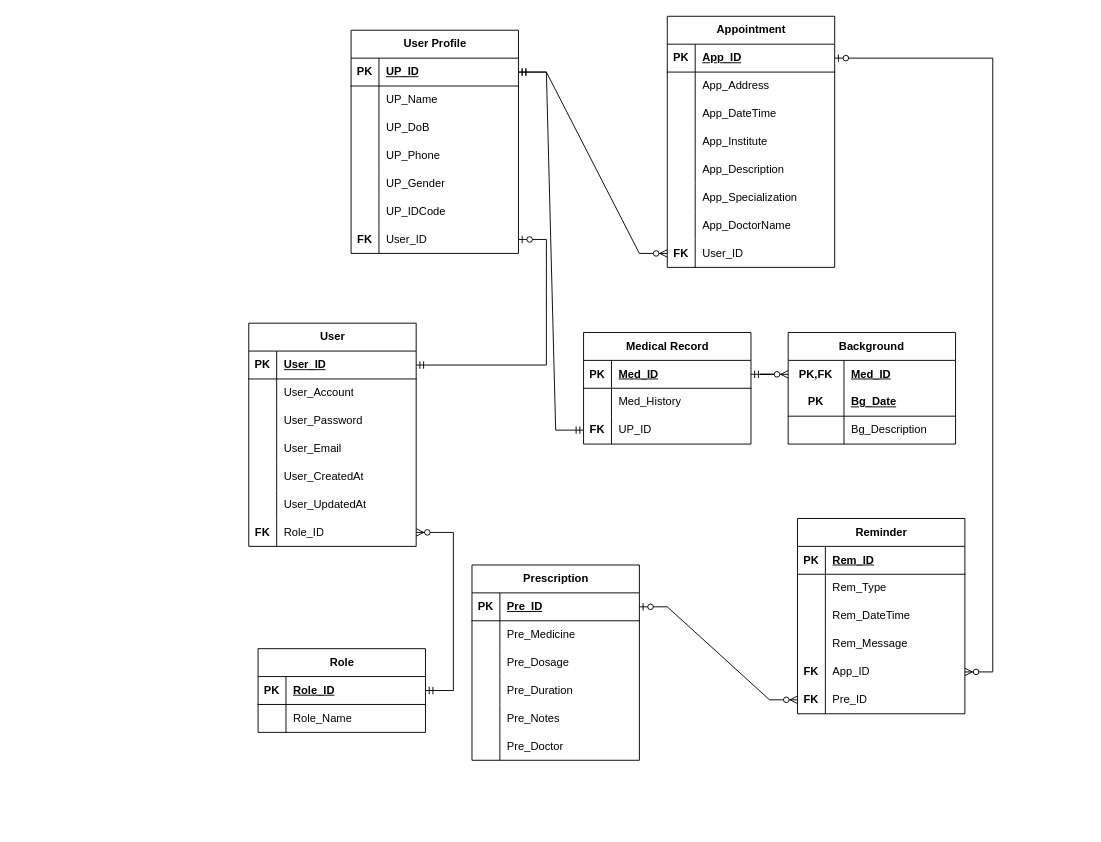
This is 03.Design/a. ERD-Database Diagram/MediTrackERD.drawio from transyhoang28081999/Meditrack_v01, a draw.io file, before an edit. Source tidied: cells renumbered, new cells numbered last; positions are measured from the earlier drawing's top-left corner, leaving out a move shared by most shapes. Both pictures are drawn from the tidied source at 93%, with x=0, y=0 at pixel (248, 16).
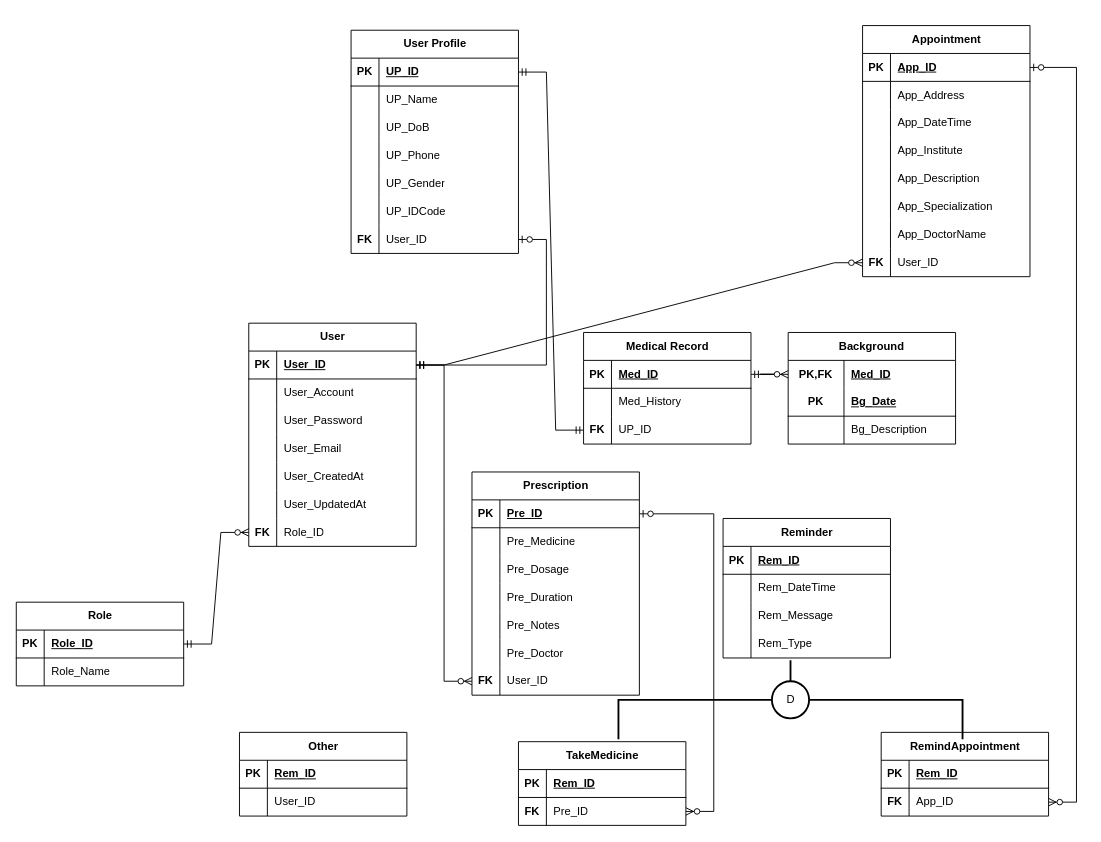
The same diagram, later.

The change refers to these unchanged cells:
```xml
<mxCell id="3" style="shape=tableRow;horizontal=0;startSize=0;swimlaneHead=0;swimlaneBody=0;fillColor=none;points=[[0,0.5],[1,0.5]];portConstraint=eastwest;top=0;left=0;right=0;bottom=1;" parent="2" vertex="1">
  <mxGeometry y="30" width="180" height="30" as="geometry" />
</mxCell>
<mxCell id="25" style="shape=tableRow;horizontal=0;startSize=0;swimlaneHead=0;swimlaneBody=0;fillColor=none;points=[[0,0.5],[1,0.5]];portConstraint=eastwest;top=0;left=0;right=0;bottom=1;" parent="24" vertex="1">
  <mxGeometry y="30" width="180" height="30" as="geometry" />
</mxCell>
<mxCell id="46" style="shape=tableRow;horizontal=0;startSize=0;swimlaneHead=0;swimlaneBody=0;fillColor=none;points=[[0,0.5],[1,0.5]];portConstraint=eastwest;top=0;left=0;right=0;bottom=0;" parent="24" vertex="1">
  <mxGeometry y="240" width="180" height="30" as="geometry" />
</mxCell>
<mxCell id="50" style="shape=tableRow;horizontal=0;startSize=0;swimlaneHead=0;swimlaneBody=0;fillColor=none;points=[[0,0.5],[1,0.5]];portConstraint=eastwest;top=0;left=0;right=0;bottom=1;" parent="49" vertex="1">
  <mxGeometry y="30" width="180" height="30" as="geometry" />
</mxCell>
<mxCell id="110" style="shape=tableRow;horizontal=0;startSize=0;swimlaneHead=0;swimlaneBody=0;fillColor=none;points=[[0,0.5],[1,0.5]];portConstraint=eastwest;top=0;left=0;right=0;bottom=1;" parent="109" vertex="1">
  <mxGeometry y="30" width="180" height="30" as="geometry" />
</mxCell>
```

Change to the diagram source:
```diff
@@
     <mxCell id="24" value="Appointment" style="shape=table;startSize=30;childLayout=tableLayout;rowLines=0;fontStyle=1;align=center;html=1;" parent="1" vertex="1">
-      <mxGeometry x="450" width="180" height="270" as="geometry" />
+      <mxGeometry x="660" y="10" width="180" height="270" as="geometry" />
     </mxCell>
@@
     <mxCell id="49" value="Prescription" style="shape=table;startSize=30;childLayout=tableLayout;rowLines=0;fontStyle=1;align=center;html=1;" parent="1" vertex="1">
-      <mxGeometry x="240" y="590" width="180" height="210" as="geometry" />
+      <mxGeometry x="240" y="490" width="180" height="240" as="geometry" />
     </mxCell>
@@
+    <mxCell id="143" style="shape=tableRow;horizontal=0;startSize=0;swimlaneHead=0;swimlaneBody=0;fillColor=none;points=[[0,0.5],[1,0.5]];portConstraint=eastwest;top=0;left=0;right=0;bottom=0;" parent="49" vertex="1">
+      <mxGeometry y="210" width="180" height="30" as="geometry" />
+    </mxCell>
+    <mxCell id="144" value="&lt;b&gt;FK&lt;/b&gt;" style="shape=partialRectangle;fillColor=none;top=0;left=0;bottom=0;right=0;overflow=hidden;whiteSpace=wrap;html=1;" parent="143" vertex="1">
+      <mxGeometry width="30" height="30" as="geometry" />
+    </mxCell>
+    <mxCell id="145" value="User_ID" style="shape=partialRectangle;fillColor=none;top=0;left=0;bottom=0;right=0;align=left;spacingLeft=6;overflow=hidden;whiteSpace=wrap;html=1;" parent="143" vertex="1">
+      <mxGeometry x="30" width="150" height="30" as="geometry" />
+    </mxCell>
@@
     <mxCell id="78" value="Reminder" style="shape=table;startSize=30;childLayout=tableLayout;rowLines=0;fontStyle=1;align=center;html=1;" parent="1" vertex="1">
-      <mxGeometry x="590" y="540" width="180" height="210" as="geometry" />
+      <mxGeometry x="510" y="540" width="180" height="150" as="geometry" />
     </mxCell>
@@
-    <mxCell id="82" style="shape=tableRow;horizontal=0;startSize=0;swimlaneHead=0;swimlaneBody=0;fillColor=none;top=0;left=0;right=0;bottom=0;" parent="78" vertex="1">
-      <mxGeometry y="60" width="180" height="30" as="geometry" />
-    </mxCell>
-    <mxCell id="83" style="shape=partialRectangle;fillColor=none;top=0;left=0;bottom=0;right=0;overflow=hidden;whiteSpace=wrap;html=1;" parent="82" vertex="1">
-      <mxGeometry width="30" height="30" as="geometry" />
-    </mxCell>
-    <mxCell id="84" value="Rem_Type" style="shape=partialRectangle;fillColor=none;top=0;left=0;bottom=0;right=0;align=left;spacingLeft=6;overflow=hidden;whiteSpace=wrap;html=1;" parent="82" vertex="1">
-      <mxGeometry x="30" width="150" height="30" as="geometry" />
-    </mxCell>
     <mxCell id="85" style="shape=tableRow;horizontal=0;startSize=0;swimlaneHead=0;swimlaneBody=0;fillColor=none;top=0;left=0;right=0;bottom=0;" parent="78" vertex="1">
-      <mxGeometry y="90" width="180" height="30" as="geometry" />
+      <mxGeometry y="60" width="180" height="30" as="geometry" />
     </mxCell>
@@
     <mxCell id="88" style="shape=tableRow;horizontal=0;startSize=0;swimlaneHead=0;swimlaneBody=0;fillColor=none;top=0;left=0;right=0;bottom=0;" parent="78" vertex="1">
-      <mxGeometry y="120" width="180" height="30" as="geometry" />
+      <mxGeometry y="90" width="180" height="30" as="geometry" />
     </mxCell>
@@
-    <mxCell id="91" style="shape=tableRow;horizontal=0;startSize=0;swimlaneHead=0;swimlaneBody=0;fillColor=none;points=[[0,0.5],[1,0.5]];portConstraint=eastwest;top=0;left=0;right=0;bottom=0;" parent="78" vertex="1">
-      <mxGeometry y="150" width="180" height="30" as="geometry" />
-    </mxCell>
-    <mxCell id="92" value="&lt;b&gt;FK&lt;/b&gt;" style="shape=partialRectangle;fillColor=none;top=0;left=0;bottom=0;right=0;overflow=hidden;whiteSpace=wrap;html=1;" parent="91" vertex="1">
-      <mxGeometry width="30" height="30" as="geometry" />
-    </mxCell>
-    <mxCell id="93" value="App_ID" style="shape=partialRectangle;fillColor=none;top=0;left=0;bottom=0;right=0;align=left;spacingLeft=6;overflow=hidden;whiteSpace=wrap;html=1;" parent="91" vertex="1">
-      <mxGeometry x="30" width="150" height="30" as="geometry" />
-    </mxCell>
-    <mxCell id="94" style="shape=tableRow;horizontal=0;startSize=0;swimlaneHead=0;swimlaneBody=0;fillColor=none;points=[[0,0.5],[1,0.5]];portConstraint=eastwest;top=0;left=0;right=0;bottom=0;" parent="78" vertex="1">
-      <mxGeometry y="180" width="180" height="30" as="geometry" />
-    </mxCell>
-    <mxCell id="95" value="&lt;b&gt;FK&lt;/b&gt;" style="shape=partialRectangle;fillColor=none;top=0;left=0;bottom=0;right=0;overflow=hidden;whiteSpace=wrap;html=1;" parent="94" vertex="1">
-      <mxGeometry width="30" height="30" as="geometry" />
-    </mxCell>
-    <mxCell id="96" value="Pre_ID" style="shape=partialRectangle;fillColor=none;top=0;left=0;bottom=0;right=0;align=left;spacingLeft=6;overflow=hidden;whiteSpace=wrap;html=1;" parent="94" vertex="1">
-      <mxGeometry x="30" width="150" height="30" as="geometry" />
-    </mxCell>
-    <mxCell id="97" style="edgeStyle=entityRelationEdgeStyle;fontSize=12;html=1;endArrow=ERzeroToMany;startArrow=ERmandOne;rounded=0;" parent="1" edge="1" source="3" target="46">
-      <mxGeometry relative="1" as="geometry" />
-    </mxCell>
+    <mxCell id="82" style="shape=tableRow;horizontal=0;startSize=0;swimlaneHead=0;swimlaneBody=0;fillColor=none;top=0;left=0;right=0;bottom=0;" parent="78" vertex="1">
+      <mxGeometry y="120" width="180" height="30" as="geometry" />
+    </mxCell>
+    <mxCell id="83" style="shape=partialRectangle;fillColor=none;top=0;left=0;bottom=0;right=0;overflow=hidden;whiteSpace=wrap;html=1;" parent="82" vertex="1">
+      <mxGeometry width="30" height="30" as="geometry" />
+    </mxCell>
+    <mxCell id="84" value="Rem_Type" style="shape=partialRectangle;fillColor=none;top=0;left=0;bottom=0;right=0;align=left;spacingLeft=6;overflow=hidden;whiteSpace=wrap;html=1;" parent="82" vertex="1">
+      <mxGeometry x="30" width="150" height="30" as="geometry" />
+    </mxCell>
-    <mxCell id="98" style="edgeStyle=entityRelationEdgeStyle;fontSize=12;html=1;endArrow=ERzeroToMany;startArrow=ERzeroToOne;rounded=0;" parent="1" edge="1" source="25" target="91">
+    <mxCell id="98" style="edgeStyle=entityRelationEdgeStyle;fontSize=12;html=1;endArrow=ERzeroToMany;startArrow=ERzeroToOne;rounded=0;" parent="1" edge="1" source="25" target="158">
       <mxGeometry relative="1" as="geometry" />
     </mxCell>
-    <mxCell id="99" style="edgeStyle=entityRelationEdgeStyle;fontSize=12;html=1;endArrow=ERzeroToMany;startArrow=ERzeroToOne;rounded=0;" parent="1" edge="1" source="50" target="94">
+    <mxCell id="99" style="edgeStyle=entityRelationEdgeStyle;fontSize=12;html=1;endArrow=ERzeroToMany;startArrow=ERzeroToOne;rounded=0;" parent="1" edge="1" source="50" target="152">
       <mxGeometry relative="1" as="geometry" />
     </mxCell>
@@
     <mxCell id="101" value="Role" style="shape=table;startSize=30;childLayout=tableLayout;rowLines=0;fontStyle=1;align=center;html=1;" parent="1" vertex="1">
-      <mxGeometry x="10" y="680" width="180" height="90" as="geometry" />
+      <mxGeometry x="-250" y="630" width="180" height="90" as="geometry" />
     </mxCell>
@@
+    <mxCell id="146" style="edgeStyle=entityRelationEdgeStyle;fontSize=12;html=1;endArrow=ERzeroToMany;startArrow=ERmandOne;rounded=0;" parent="1" edge="1" source="110" target="46">
+      <mxGeometry relative="1" as="geometry" />
+    </mxCell>
+    <mxCell id="147" style="edgeStyle=entityRelationEdgeStyle;fontSize=12;html=1;endArrow=ERzeroToMany;startArrow=ERmandOne;rounded=0;" parent="1" edge="1" source="110" target="143">
+      <mxGeometry relative="1" as="geometry" />
+    </mxCell>
+    <mxCell id="148" value="TakeMedicine" style="shape=table;startSize=30;childLayout=tableLayout;rowLines=0;fontStyle=1;align=center;html=1;" parent="1" vertex="1">
+      <mxGeometry x="290" y="780" width="180" height="90" as="geometry" />
+    </mxCell>
+    <mxCell id="149" style="shape=tableRow;horizontal=0;startSize=0;swimlaneHead=0;swimlaneBody=0;fillColor=none;top=0;left=0;right=0;bottom=1;" parent="148" vertex="1">
+      <mxGeometry y="30" width="180" height="30" as="geometry" />
+    </mxCell>
+    <mxCell id="150" value="PK" style="shape=partialRectangle;fillColor=none;top=0;left=0;bottom=0;right=0;fontStyle=1;overflow=hidden;whiteSpace=wrap;html=1;" parent="149" vertex="1">
+      <mxGeometry width="30" height="30" as="geometry" />
+    </mxCell>
+    <mxCell id="151" value="Rem_ID" style="shape=partialRectangle;fillColor=none;top=0;left=0;bottom=0;right=0;align=left;spacingLeft=6;fontStyle=5;overflow=hidden;whiteSpace=wrap;html=1;" parent="149" vertex="1">
+      <mxGeometry x="30" width="150" height="30" as="geometry" />
+    </mxCell>
+    <mxCell id="152" style="shape=tableRow;horizontal=0;startSize=0;swimlaneHead=0;swimlaneBody=0;fillColor=none;points=[[0,0.5],[1,0.5]];portConstraint=eastwest;top=0;left=0;right=0;bottom=0;" parent="148" vertex="1">
+      <mxGeometry y="60" width="180" height="30" as="geometry" />
+    </mxCell>
+    <mxCell id="153" value="&lt;b&gt;FK&lt;/b&gt;" style="shape=partialRectangle;fillColor=none;top=0;left=0;bottom=0;right=0;overflow=hidden;whiteSpace=wrap;html=1;" parent="152" vertex="1">
+      <mxGeometry width="30" height="30" as="geometry" />
+    </mxCell>
+    <mxCell id="96" value="Pre_ID" style="shape=partialRectangle;fillColor=none;top=0;left=0;bottom=0;right=0;align=left;spacingLeft=6;overflow=hidden;whiteSpace=wrap;html=1;" parent="152" vertex="1">
+      <mxGeometry x="30" width="150" height="30" as="geometry" />
+    </mxCell>
+    <mxCell id="154" value="RemindAppointment" style="shape=table;startSize=30;childLayout=tableLayout;rowLines=0;fontStyle=1;align=center;html=1;" parent="1" vertex="1">
+      <mxGeometry x="680" y="770" width="180" height="90" as="geometry" />
+    </mxCell>
+    <mxCell id="155" style="shape=tableRow;horizontal=0;startSize=0;swimlaneHead=0;swimlaneBody=0;fillColor=none;top=0;left=0;right=0;bottom=1;" parent="154" vertex="1">
+      <mxGeometry y="30" width="180" height="30" as="geometry" />
+    </mxCell>
+    <mxCell id="156" value="PK" style="shape=partialRectangle;fillColor=none;top=0;left=0;bottom=0;right=0;fontStyle=1;overflow=hidden;whiteSpace=wrap;html=1;" parent="155" vertex="1">
+      <mxGeometry width="30" height="30" as="geometry" />
+    </mxCell>
+    <mxCell id="157" value="Rem_ID" style="shape=partialRectangle;fillColor=none;top=0;left=0;bottom=0;right=0;align=left;spacingLeft=6;fontStyle=5;overflow=hidden;whiteSpace=wrap;html=1;" parent="155" vertex="1">
+      <mxGeometry x="30" width="150" height="30" as="geometry" />
+    </mxCell>
+    <mxCell id="158" style="shape=tableRow;horizontal=0;startSize=0;swimlaneHead=0;swimlaneBody=0;fillColor=none;points=[[0,0.5],[1,0.5]];portConstraint=eastwest;top=0;left=0;right=0;bottom=0;" parent="154" vertex="1">
+      <mxGeometry y="60" width="180" height="30" as="geometry" />
+    </mxCell>
+    <mxCell id="159" value="&lt;b&gt;FK&lt;/b&gt;" style="shape=partialRectangle;fillColor=none;top=0;left=0;bottom=0;right=0;overflow=hidden;whiteSpace=wrap;html=1;" parent="158" vertex="1">
+      <mxGeometry width="30" height="30" as="geometry" />
+    </mxCell>
+    <mxCell id="93" value="App_ID" style="shape=partialRectangle;fillColor=none;top=0;left=0;bottom=0;right=0;align=left;spacingLeft=6;overflow=hidden;whiteSpace=wrap;html=1;" parent="158" vertex="1">
+      <mxGeometry x="30" width="150" height="30" as="geometry" />
+    </mxCell>
+    <mxCell id="160" style="strokeWidth=2;html=1;shape=mxgraph.flowchart.annotation_2;align=left;labelPosition=right;rotation=90;" parent="1" vertex="1">
+      <mxGeometry x="540" y="550" width="85" height="370" as="geometry" />
+    </mxCell>
+    <mxCell id="161" value="D" style="strokeWidth=2;html=1;shape=mxgraph.flowchart.start_2;whiteSpace=wrap;" parent="1" vertex="1">
+      <mxGeometry x="562.5" y="715" width="40" height="40" as="geometry" />
+    </mxCell>
+    <mxCell id="162" value="Other" style="shape=table;startSize=30;childLayout=tableLayout;rowLines=0;fontStyle=1;align=center;html=1;" parent="1" vertex="1">
+      <mxGeometry x="-10" y="770" width="180" height="90" as="geometry" />
+    </mxCell>
+    <mxCell id="163" style="shape=tableRow;horizontal=0;startSize=0;swimlaneHead=0;swimlaneBody=0;fillColor=none;top=0;left=0;right=0;bottom=1;" parent="162" vertex="1">
+      <mxGeometry y="30" width="180" height="30" as="geometry" />
+    </mxCell>
+    <mxCell id="164" value="PK" style="shape=partialRectangle;fillColor=none;top=0;left=0;bottom=0;right=0;fontStyle=1;overflow=hidden;whiteSpace=wrap;html=1;" parent="163" vertex="1">
+      <mxGeometry width="30" height="30" as="geometry" />
+    </mxCell>
+    <mxCell id="165" value="Rem_ID" style="shape=partialRectangle;fillColor=none;top=0;left=0;bottom=0;right=0;align=left;spacingLeft=6;fontStyle=5;overflow=hidden;whiteSpace=wrap;html=1;" parent="163" vertex="1">
+      <mxGeometry x="30" width="150" height="30" as="geometry" />
+    </mxCell>
+    <mxCell id="166" style="shape=tableRow;horizontal=0;startSize=0;swimlaneHead=0;swimlaneBody=0;fillColor=none;top=0;left=0;right=0;bottom=0;" parent="162" vertex="1">
+      <mxGeometry y="60" width="180" height="30" as="geometry" />
+    </mxCell>
+    <mxCell id="167" style="shape=partialRectangle;fillColor=none;top=0;left=0;bottom=0;right=0;overflow=hidden;whiteSpace=wrap;html=1;" parent="166" vertex="1">
+      <mxGeometry width="30" height="30" as="geometry" />
+    </mxCell>
+    <mxCell id="168" value="User_ID" style="shape=partialRectangle;fillColor=none;top=0;left=0;bottom=0;right=0;align=left;spacingLeft=6;overflow=hidden;whiteSpace=wrap;html=1;" parent="166" vertex="1">
+      <mxGeometry x="30" width="150" height="30" as="geometry" />
+    </mxCell>
```
